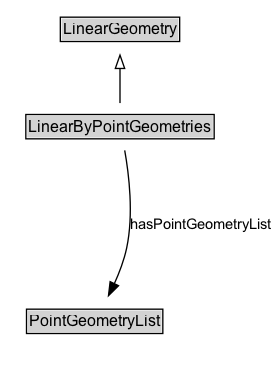
Before: docs/diagrams/LinearByPointGeometries.dot.png, a diagram exported from Graphviz (ISO-TC204/ontology-its-location-v1). Its source is kept beside it as docs/diagrams/LinearByPointGeometries.dot.
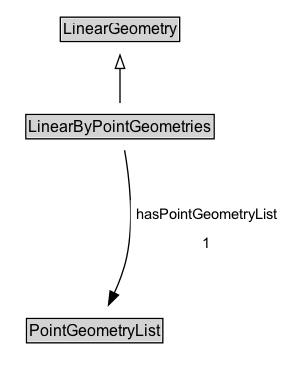
After the commit.

Change to the diagram source:
```diff
@@ -19,5 +19,5 @@
 	LinearByPointGeometries -> Invis [style=invis]
 	Invis -> PointGeometryList [style=invis]
 	PointGeometryList [label=<<TABLE BORDER="1" CELLBORDER="0" CELLSPACING="0" CELLPADDING="1"><TR><TD BGCOLOR="lightgray" ALIGN="CENTER">PointGeometryList</TD></TR></TABLE>> URL="../PointGeometryList" margin=0]
-	LinearByPointGeometries -> PointGeometryList [label=hasPointGeometryList arrowhead=normal style=solid]
+	LinearByPointGeometries -> PointGeometryList [label=<<TABLE BORDER="0" CELLBORDER="0" CELLSPACING="0" CELLPADDING="4" BGCOLOR="white"><TR><TD ALIGN="CENTER">hasPointGeometryList</TD></TR><TR><TD ALIGN="CENTER">1</TD></TR></TABLE>> arrowhead=normal style=solid]
 }
```
